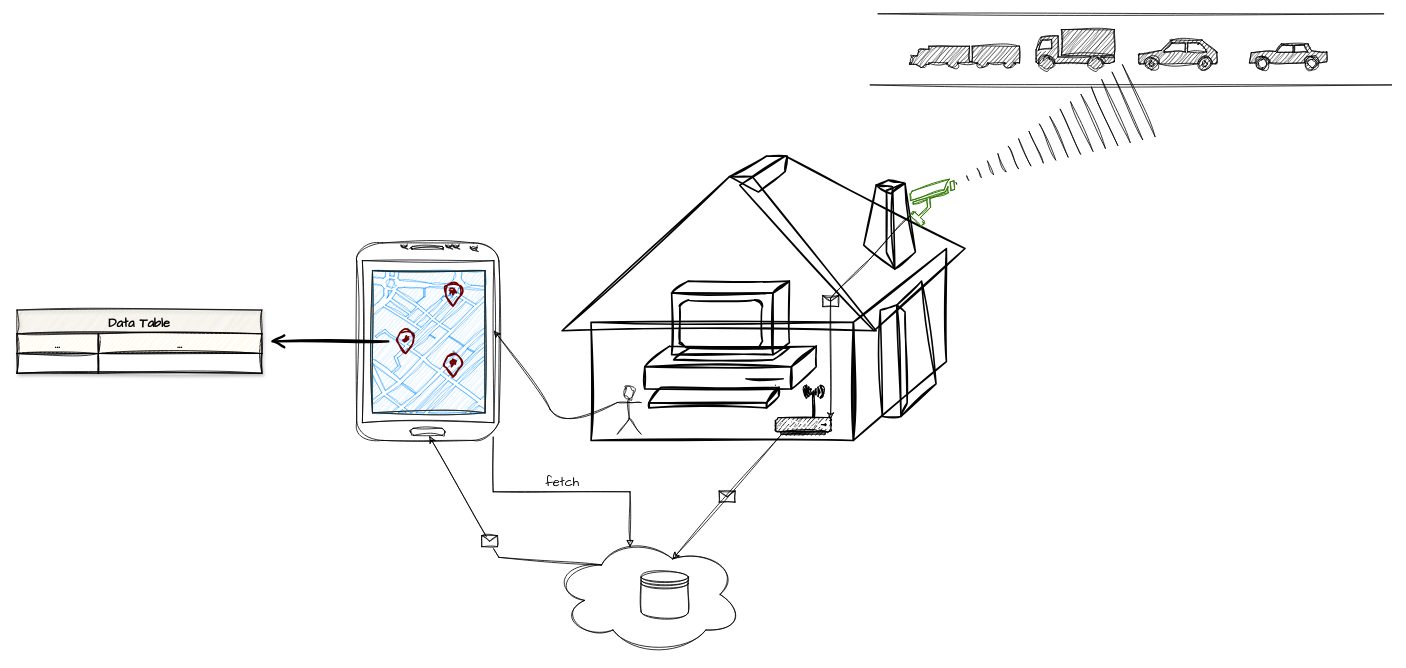
Before: sketch.drawio in Jeff-Barlow-Spady/CSTC, a draw.io diagram. Source tidied: cells renumbered, new cells numbered last; positions are measured from the earlier drawing's top-left corner, leaving out a move shared by most shapes. Both pictures are drawn from the tidied source at 79%, with x=0, y=0 at pixel (17, 13). Pictures stored in the file or linked from it are replaced by grey dashed boxes.
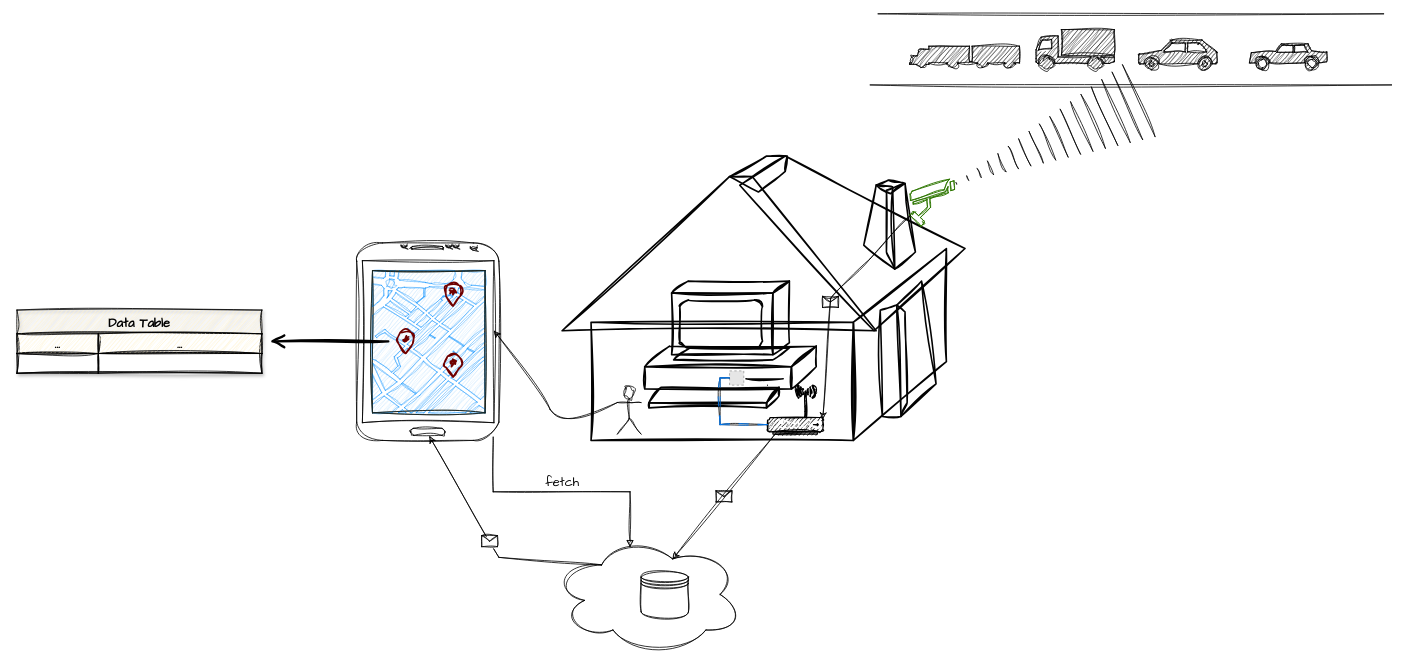
After the change.

Change to the diagram source:
```diff
@@
     <mxCell id="27" style="fontColor=#0066CC;verticalAlign=top;verticalLabelPosition=bottom;labelPosition=center;align=center;html=1;outlineConnect=0;fillColor=#000000;strokeColor=#000000;gradientColor=none;gradientDirection=north;strokeWidth=2;shape=mxgraph.networks.wireless_hub;sketch=1;hachureGap=4;jiggle=2;curveFitting=1;fontFamily=Architects Daughter;fontSize=16;" parent="1" vertex="1">
-      <mxGeometry x="960" y="470" width="70" height="62" as="geometry" />
+      <mxGeometry x="950" y="470" width="70" height="62" as="geometry" />
     </mxCell>
@@
+    <mxCell id="36" style="fillColor=#E6E6E6;strokeColor=#999999;dashed=1;html=1;verticalAlign=top;verticalLabelPosition=bottom;labelBackgroundColor=#ffffff;fontFamily=Architects Daughter;fontSize=16;rotation=0;" parent="1" vertex="1">
+      <mxGeometry x="902" y="452" width="18" height="18" as="geometry" />
+    </mxCell>
+    <mxCell id="37" style="shape=wire;edgeStyle=orthogonalEdgeStyle;jettySize=auto;html=1;sourcePerimeterSpacing=0;targetPerimeterSpacing=0;endArrow=none;curved=0;rounded=0;strokeColor=#000000;dashed=1;fillColor=#007FFF;dashPattern=12 12;fixDash=1;startSize=6;endSize=6;sketch=1;hachureGap=4;jiggle=2;curveFitting=1;fontFamily=Architects Daughter;fontSize=16;exitX=0;exitY=0.5;exitDx=0;exitDy=0;" parent="1" edge="1" source="36" target="27">
+      <mxGeometry relative="1" as="geometry">
+        <Array as="points">
+          <mxPoint x="890" y="461" />
+          <mxPoint x="890" y="520" />
+        </Array>
+      </mxGeometry>
+    </mxCell>
```
